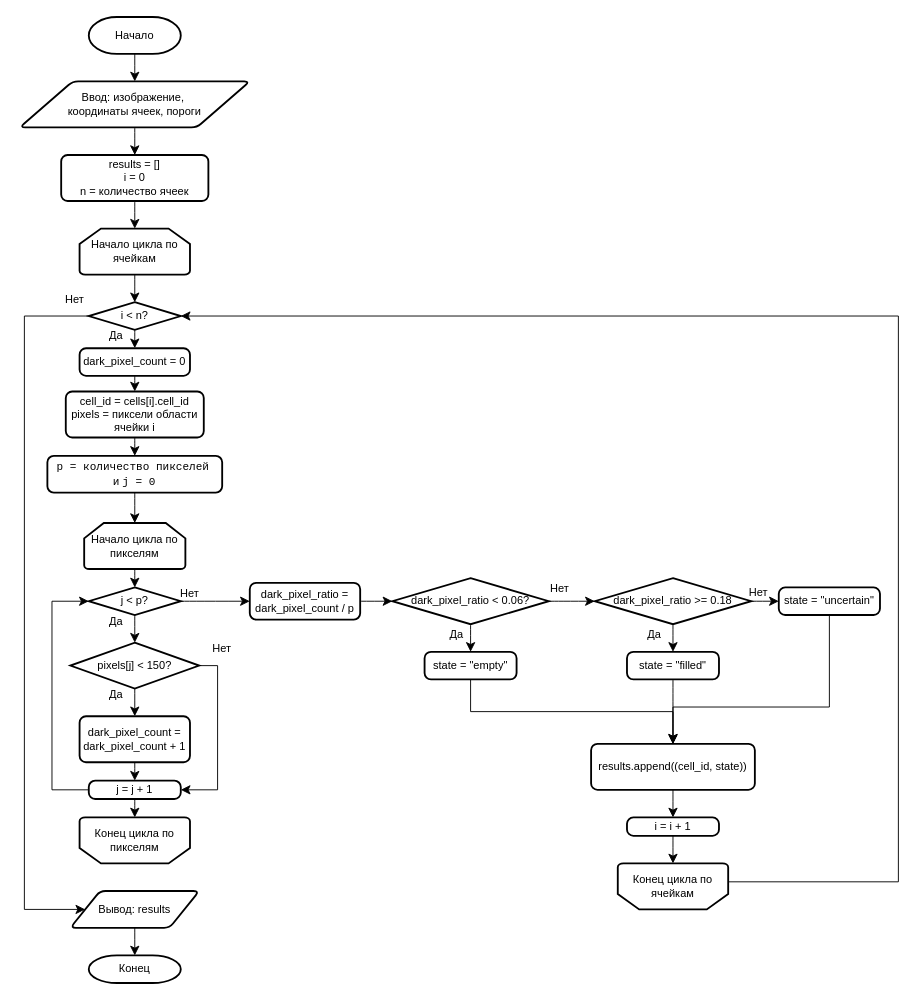
loolize/defect-vision-quality-control keeps this draw.io diagram as models/algo_1.drawio. Above is the earlier version. Source tidied: cells renumbered, new cells numbered last; positions are measured from the earlier drawing's top-left corner, leaving out a move shared by most shapes. Both pictures are drawn from the tidied source at 92%, with x=0, y=0 at pixel (19, 17).
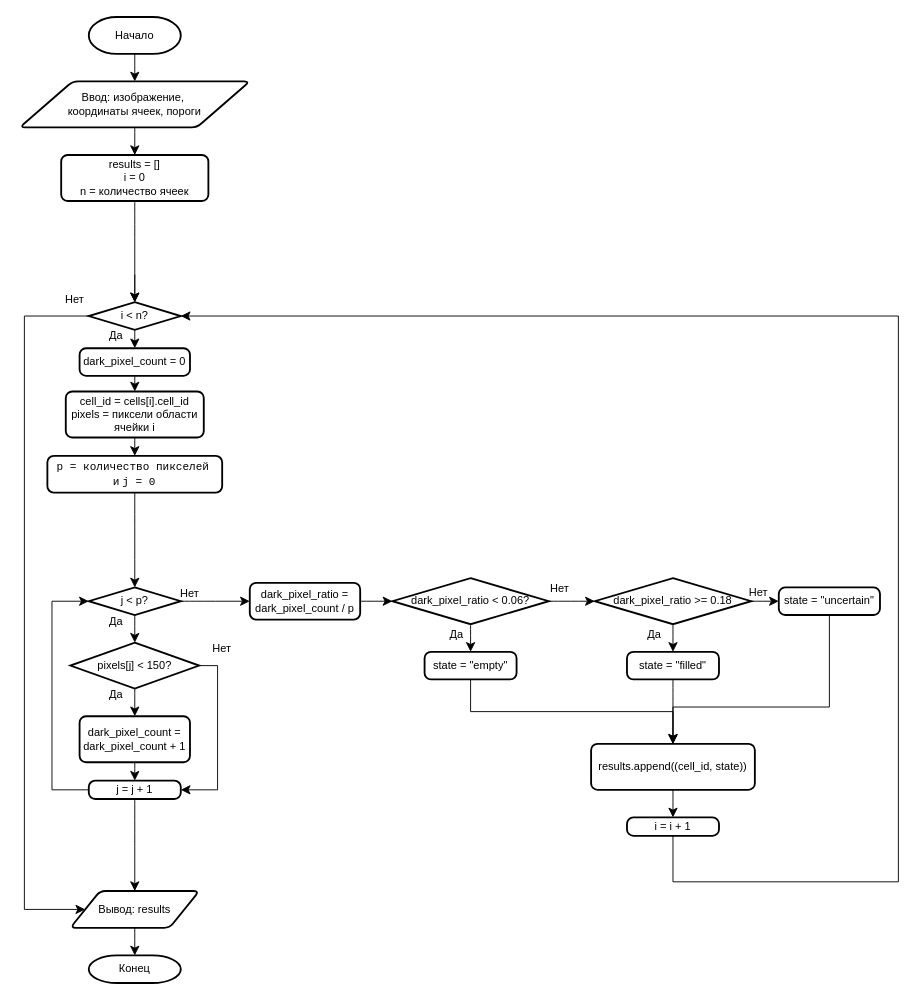
The same page after the edit.

The change refers to these unchanged cells:
```xml
<mxCell id="6" value="&lt;div&gt;results = []&lt;/div&gt;&lt;div&gt;&lt;span style=&quot;background-color: transparent; color: light-dark(#000000, var(--ge-light-color, #ffffff));&quot;&gt;i = 0&lt;/span&gt;&lt;/div&gt;&lt;div&gt;n = количество ячеек&lt;/div&gt;" style="rounded=1;whiteSpace=wrap;html=1;absoluteArcSize=1;arcSize=14;strokeWidth=2;" parent="1" vertex="1">
  <mxGeometry x="45" y="150" width="160" height="50" as="geometry" />
</mxCell>
<mxCell id="10" value="i &amp;lt; n?" style="strokeWidth=2;html=1;shape=mxgraph.flowchart.decision;whiteSpace=wrap;" parent="1" vertex="1">
  <mxGeometry x="75" y="310" width="100" height="30" as="geometry" />
</mxCell>
<mxCell id="20" value="&lt;code&gt;p = количество пикселей&lt;/code&gt;&amp;nbsp;&lt;div&gt;и &lt;code&gt;j = 0&lt;/code&gt;&lt;/div&gt;" style="rounded=1;whiteSpace=wrap;html=1;absoluteArcSize=1;arcSize=14;strokeWidth=2;" parent="1" vertex="1">
  <mxGeometry x="30" y="477" width="190" height="40" as="geometry" />
</mxCell>
<mxCell id="23" value="j &amp;lt; p?" style="strokeWidth=2;html=1;shape=mxgraph.flowchart.decision;whiteSpace=wrap;" parent="1" vertex="1">
  <mxGeometry x="75" y="620" width="100" height="30" as="geometry" />
</mxCell>
<mxCell id="36" value="j = j + 1" style="rounded=1;whiteSpace=wrap;html=1;absoluteArcSize=1;arcSize=14;strokeWidth=2;" parent="1" vertex="1">
  <mxGeometry x="75" y="830" width="100" height="20" as="geometry" />
</mxCell>
<mxCell id="57" value="i = i + 1" style="rounded=1;whiteSpace=wrap;html=1;absoluteArcSize=1;arcSize=14;strokeWidth=2;" parent="1" vertex="1">
  <mxGeometry x="660" y="870" width="100" height="20" as="geometry" />
</mxCell>
<mxCell id="59" value="Вывод: results" style="shape=parallelogram;html=1;strokeWidth=2;perimeter=parallelogramPerimeter;whiteSpace=wrap;rounded=1;arcSize=12;size=0.23;" parent="1" vertex="1">
  <mxGeometry x="55" y="950" width="140" height="40" as="geometry" />
</mxCell>
```

What changed in the source:
```diff
@@
-    <mxCell id="7" value="Начало цикла по ячейкам" style="strokeWidth=2;html=1;shape=mxgraph.flowchart.loop_limit;whiteSpace=wrap;" parent="1" vertex="1">
-      <mxGeometry x="65" y="230" width="120" height="50" as="geometry" />
-    </mxCell>
@@
-    <mxCell id="13" style="edgeStyle=none;curved=1;rounded=0;curveGeometry=1;jettySize=auto;html=1;exitX=0.5;exitY=1;exitDx=0;exitDy=0;entryX=0.5;entryY=0;entryDx=0;entryDy=0;entryPerimeter=0;fontSize=12;defaultLabelBackgroundColor=page;startSize=8;endSize=8;" parent="1" edge="1" source="6" target="7">
+    <mxCell id="13" style="edgeStyle=none;curved=1;rounded=0;curveGeometry=1;jettySize=auto;html=1;exitX=0.5;exitY=1;exitDx=0;exitDy=0;entryX=0.5;entryY=0;entryDx=0;entryDy=0;entryPerimeter=0;fontSize=12;defaultLabelBackgroundColor=page;startSize=8;endSize=8;" parent="1" edge="1" source="6" target="10">
       <mxGeometry relative="1" as="geometry" />
     </mxCell>
-    <mxCell id="14" style="edgeStyle=none;curved=1;rounded=0;curveGeometry=1;jettySize=auto;html=1;exitX=0.5;exitY=1;exitDx=0;exitDy=0;exitPerimeter=0;entryX=0.5;entryY=0;entryDx=0;entryDy=0;entryPerimeter=0;fontSize=12;defaultLabelBackgroundColor=page;startSize=8;endSize=8;" parent="1" edge="1" source="7" target="10">
-      <mxGeometry relative="1" as="geometry" />
+    <mxCell id="14" style="edgeStyle=none;curved=1;rounded=0;curveGeometry=1;jettySize=auto;html=1;exitX=0.5;exitY=1;exitDx=0;exitDy=0;exitPerimeter=0;entryX=0.5;entryY=0;entryDx=0;entryDy=0;entryPerimeter=0;fontSize=12;defaultLabelBackgroundColor=page;startSize=8;endSize=8;" parent="1" edge="1" target="10">
+      <mxGeometry relative="1" as="geometry">
+        <mxPoint x="125" y="280" as="sourcePoint" />
+      </mxGeometry>
     </mxCell>
@@
-    <mxCell id="19" style="edgeStyle=none;curved=1;rounded=0;curveGeometry=1;jettySize=auto;html=1;exitX=0.5;exitY=1;exitDx=0;exitDy=0;fontSize=12;defaultLabelBackgroundColor=page;startSize=8;endSize=8;" parent="1" edge="1" source="20" target="21">
+    <mxCell id="19" style="edgeStyle=none;curved=1;rounded=0;curveGeometry=1;jettySize=auto;html=1;exitX=0.5;exitY=1;exitDx=0;exitDy=0;fontSize=12;defaultLabelBackgroundColor=page;startSize=8;endSize=8;entryX=0.5;entryY=0;entryDx=0;entryDy=0;entryPerimeter=0;" parent="1" edge="1" source="20" target="23">
       <mxGeometry relative="1" as="geometry" />
     </mxCell>
@@
-    <mxCell id="21" value="Начало цикла по пикселям" style="strokeWidth=2;html=1;shape=mxgraph.flowchart.loop_limit;whiteSpace=wrap;" parent="1" vertex="1">
-      <mxGeometry x="70" y="550" width="110" height="50" as="geometry" />
-    </mxCell>
@@
-    <mxCell id="24" style="edgeStyle=none;curved=1;rounded=0;curveGeometry=1;jettySize=auto;html=1;exitX=0.5;exitY=1;exitDx=0;exitDy=0;exitPerimeter=0;entryX=0.5;entryY=0;entryDx=0;entryDy=0;entryPerimeter=0;fontSize=12;defaultLabelBackgroundColor=page;startSize=8;endSize=8;" parent="1" edge="1" source="21" target="23">
-      <mxGeometry relative="1" as="geometry" />
-    </mxCell>
@@
-    <mxCell id="58" style="edgeStyle=orthogonalEdgeStyle;rounded=0;jettySize=auto;html=1;exitX=1;exitY=0.5;exitDx=0;exitDy=0;entryX=1;entryY=0.5;entryDx=0;entryDy=0;entryPerimeter=0;fontSize=12;defaultLabelBackgroundColor=page;startSize=8;endSize=8;exitPerimeter=0;" parent="1" edge="1" source="64" target="10">
-      <mxGeometry x="-0.17" relative="1" as="geometry">
+    <mxCell id="58" style="edgeStyle=orthogonalEdgeStyle;rounded=0;jettySize=auto;html=1;exitX=0.5;exitY=1;exitDx=0;exitDy=0;entryX=1;entryY=0.5;entryDx=0;entryDy=0;entryPerimeter=0;fontSize=12;defaultLabelBackgroundColor=page;startSize=8;endSize=8;" parent="1" edge="1" source="57" target="10">
+      <mxGeometry x="-0.1" relative="1" as="geometry">
         <Array as="points">
-          <mxPoint x="770" y="940" />
+          <mxPoint x="710" y="940" />
           <mxPoint x="955" y="940" />
           <mxPoint x="955" y="325" />
         </Array>
       </mxGeometry>
     </mxCell>
@@
-    <mxCell id="62" value="Конец цикла по пикселям" style="strokeWidth=2;html=1;shape=mxgraph.flowchart.loop_limit;whiteSpace=wrap;flipV=1;legacyAnchorPoints=0;" parent="1" vertex="1">
-      <mxGeometry x="65" y="870" width="120" height="50" as="geometry" />
-    </mxCell>
-    <mxCell id="63" style="edgeStyle=none;curved=1;rounded=0;curveGeometry=1;jettySize=auto;html=1;exitX=0.5;exitY=1;exitDx=0;exitDy=0;entryX=0.5;entryY=1;entryDx=0;entryDy=0;entryPerimeter=0;fontSize=12;defaultLabelBackgroundColor=page;startSize=8;endSize=8;" parent="1" edge="1" source="36" target="62">
+    <mxCell id="63" style="edgeStyle=none;curved=1;rounded=0;curveGeometry=1;jettySize=auto;html=1;exitX=0.5;exitY=1;exitDx=0;exitDy=0;entryX=0.5;entryY=0;entryDx=0;entryDy=0;fontSize=12;defaultLabelBackgroundColor=page;startSize=8;endSize=8;" parent="1" edge="1" source="36" target="59">
       <mxGeometry relative="1" as="geometry" />
     </mxCell>
-    <mxCell id="64" value="Конец цикла по ячейкам" style="strokeWidth=2;html=1;shape=mxgraph.flowchart.loop_limit;whiteSpace=wrap;flipV=1;legacyAnchorPoints=0;" parent="1" vertex="1">
-      <mxGeometry x="650" y="920" width="120" height="50" as="geometry" />
-    </mxCell>
-    <mxCell id="65" style="edgeStyle=none;curved=1;rounded=0;curveGeometry=1;jettySize=auto;html=1;exitX=0.5;exitY=1;exitDx=0;exitDy=0;entryX=0.5;entryY=1;entryDx=0;entryDy=0;entryPerimeter=0;fontSize=12;defaultLabelBackgroundColor=page;startSize=8;endSize=8;" parent="1" edge="1" source="57" target="64">
-      <mxGeometry relative="1" as="geometry" />
-    </mxCell>
```
